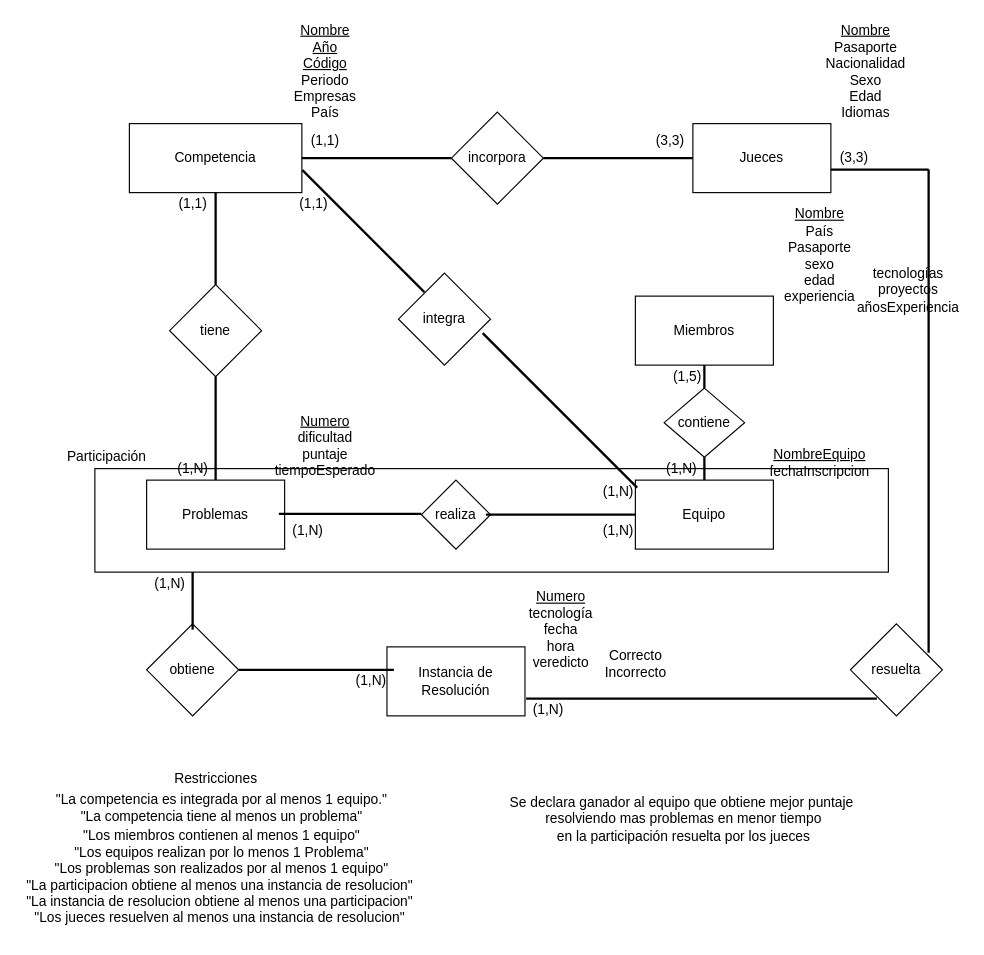
Earlier version of the draw.io diagram Untitled Diagram.drawio (SantiagoGarreta/mirepo2). Source tidied: cells renumbered, new cells numbered last; positions are measured from the earlier drawing's top-left corner, leaving out a move shared by most shapes. Both pictures are drawn from the tidied source at 115%, with x=0, y=0 at pixel (20, 20).
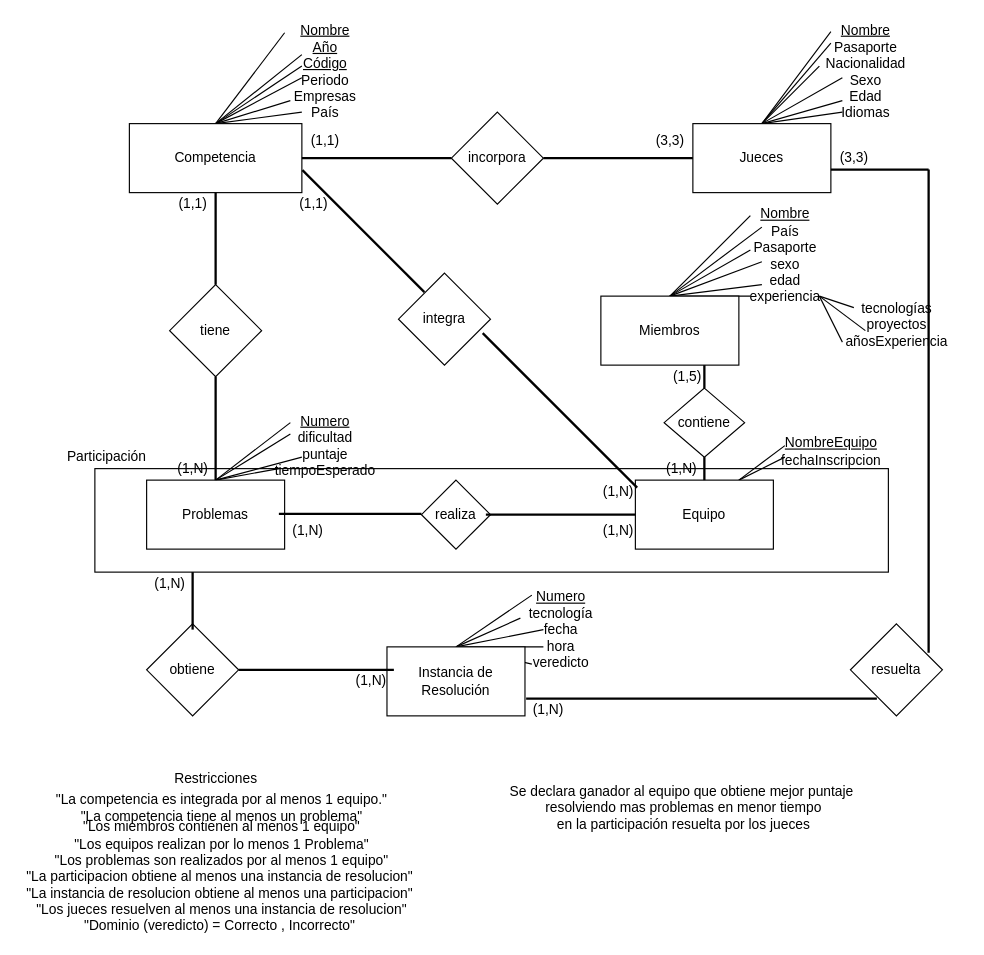
Above is the later version.

The change refers to these unchanged cells:
```xml
<mxCell id="3" value="Competencia" style="rounded=0;whiteSpace=wrap;html=1;" parent="1" vertex="1">
  <mxGeometry x="95" y="90" width="150" height="60" as="geometry" />
</mxCell>
<mxCell id="4" value="Jueces" style="rounded=0;whiteSpace=wrap;html=1;" parent="1" vertex="1">
  <mxGeometry x="585" y="90" width="120" height="60" as="geometry" />
</mxCell>
<mxCell id="10" value="&lt;u&gt;Nombre&lt;br&gt;Año&lt;br&gt;Código&lt;/u&gt;&lt;br&gt;Periodo&lt;br&gt;Empresas&lt;br&gt;País" style="text;html=1;align=center;verticalAlign=middle;points=[];strokeColor=none;fillColor=none;" parent="1" vertex="1">
  <mxGeometry x="230" width="70" height="90" as="geometry" />
</mxCell>
<mxCell id="11" value="&lt;u&gt;Nombre&lt;/u&gt;&lt;br&gt;Pasaporte&lt;br&gt;Nacionalidad&lt;br&gt;Sexo&lt;br&gt;Edad&lt;br&gt;Idiomas" style="text;html=1;align=center;verticalAlign=middle;points=[];strokeColor=none;fillColor=none;" parent="1" vertex="1">
  <mxGeometry x="695" width="80" height="90" as="geometry" />
</mxCell>
<mxCell id="12" value="Problemas" style="rounded=0;whiteSpace=wrap;html=1;" parent="1" vertex="1">
  <mxGeometry x="110" y="400" width="120" height="60" as="geometry" />
</mxCell>
<mxCell id="13" value="&lt;u&gt;Numero&lt;/u&gt;&lt;br&gt;dificultad&lt;br&gt;puntaje&lt;br&gt;tiempoEsperado" style="text;html=1;align=center;verticalAlign=middle;points=[];strokeColor=none;fillColor=none;" parent="1" vertex="1">
  <mxGeometry x="215" y="340" width="100" height="60" as="geometry" />
</mxCell>
<mxCell id="22" value="Equipo" style="rounded=0;whiteSpace=wrap;html=1;" parent="1" vertex="1">
  <mxGeometry x="535" y="400" width="120" height="60" as="geometry" />
</mxCell>
<mxCell id="40" value="Instancia de Resolución" style="rounded=0;whiteSpace=wrap;html=1;" parent="1" vertex="1">
  <mxGeometry x="319" y="545" width="120" height="60" as="geometry" />
</mxCell>
<mxCell id="41" value="&lt;u&gt;Numero&lt;/u&gt;&lt;br&gt;tecnología&lt;br&gt;fecha&lt;br&gt;hora&lt;br&gt;veredicto" style="text;html=1;align=center;verticalAlign=middle;points=[];strokeColor=none;fillColor=none;" parent="1" vertex="1">
  <mxGeometry x="435" y="490" width="70" height="80" as="geometry" />
</mxCell>
```

Change to the diagram source:
```diff
@@
+    <mxCell id="58" style="rounded=0;jettySize=auto;html=1;exitX=0.5;exitY=0;exitDx=0;exitDy=0;entryX=0;entryY=0.122;entryDx=0;entryDy=0;entryPerimeter=0;endArrow=none;endFill=0;" parent="1" edge="1" source="3" target="10">
+      <mxGeometry relative="1" as="geometry" />
+    </mxCell>
+    <mxCell id="59" style="edgeStyle=none;rounded=0;jettySize=auto;html=1;exitX=0.5;exitY=0;exitDx=0;exitDy=0;endArrow=none;endFill=0;" parent="1" edge="1" source="3">
+      <mxGeometry relative="1" as="geometry">
+        <mxPoint x="245" y="30" as="targetPoint" />
+      </mxGeometry>
+    </mxCell>
+    <mxCell id="60" style="edgeStyle=none;rounded=0;jettySize=auto;html=1;exitX=0.5;exitY=0;exitDx=0;exitDy=0;entryX=0.214;entryY=0.444;entryDx=0;entryDy=0;entryPerimeter=0;endArrow=none;endFill=0;" parent="1" edge="1" source="3" target="10">
+      <mxGeometry relative="1" as="geometry" />
+    </mxCell>
+    <mxCell id="61" style="edgeStyle=none;rounded=0;jettySize=auto;html=1;exitX=0.5;exitY=0;exitDx=0;exitDy=0;entryX=0.214;entryY=0.556;entryDx=0;entryDy=0;entryPerimeter=0;endArrow=none;endFill=0;" parent="1" edge="1" source="3" target="10">
+      <mxGeometry relative="1" as="geometry" />
+    </mxCell>
+    <mxCell id="62" style="edgeStyle=none;rounded=0;jettySize=auto;html=1;exitX=0.5;exitY=0;exitDx=0;exitDy=0;entryX=0.071;entryY=0.778;entryDx=0;entryDy=0;entryPerimeter=0;endArrow=none;endFill=0;" parent="1" edge="1" source="3" target="10">
+      <mxGeometry relative="1" as="geometry" />
+    </mxCell>
+    <mxCell id="63" style="edgeStyle=none;rounded=0;jettySize=auto;html=1;exitX=0.5;exitY=0;exitDx=0;exitDy=0;entryX=0.214;entryY=0.889;entryDx=0;entryDy=0;entryPerimeter=0;endArrow=none;endFill=0;" parent="1" edge="1" source="3" target="10">
+      <mxGeometry relative="1" as="geometry" />
+    </mxCell>
@@
+    <mxCell id="64" style="edgeStyle=none;rounded=0;jettySize=auto;html=1;exitX=0.5;exitY=0;exitDx=0;exitDy=0;entryX=0.125;entryY=0.111;entryDx=0;entryDy=0;entryPerimeter=0;endArrow=none;endFill=0;" parent="1" edge="1" source="4" target="11">
+      <mxGeometry relative="1" as="geometry" />
+    </mxCell>
+    <mxCell id="65" style="edgeStyle=none;rounded=0;jettySize=auto;html=1;exitX=0.5;exitY=0;exitDx=0;exitDy=0;entryX=0.125;entryY=0.222;entryDx=0;entryDy=0;entryPerimeter=0;endArrow=none;endFill=0;" parent="1" edge="1" source="4" target="11">
+      <mxGeometry relative="1" as="geometry" />
+    </mxCell>
+    <mxCell id="66" style="edgeStyle=none;rounded=0;jettySize=auto;html=1;exitX=0.5;exitY=0;exitDx=0;exitDy=0;entryX=0;entryY=0.444;entryDx=0;entryDy=0;entryPerimeter=0;endArrow=none;endFill=0;" parent="1" edge="1" source="4" target="11">
+      <mxGeometry relative="1" as="geometry" />
+    </mxCell>
+    <mxCell id="67" style="edgeStyle=none;rounded=0;jettySize=auto;html=1;exitX=0.5;exitY=0;exitDx=0;exitDy=0;entryX=0.25;entryY=0.556;entryDx=0;entryDy=0;entryPerimeter=0;endArrow=none;endFill=0;" parent="1" edge="1" source="4" target="11">
+      <mxGeometry relative="1" as="geometry" />
+    </mxCell>
+    <mxCell id="68" style="edgeStyle=none;rounded=0;jettySize=auto;html=1;exitX=0.5;exitY=0;exitDx=0;exitDy=0;entryX=0.25;entryY=0.778;entryDx=0;entryDy=0;entryPerimeter=0;endArrow=none;endFill=0;" parent="1" edge="1" source="4" target="11">
+      <mxGeometry relative="1" as="geometry" />
+    </mxCell>
+    <mxCell id="69" style="edgeStyle=none;rounded=0;jettySize=auto;html=1;exitX=0.5;exitY=0;exitDx=0;exitDy=0;entryX=0.25;entryY=0.889;entryDx=0;entryDy=0;entryPerimeter=0;endArrow=none;endFill=0;" parent="1" edge="1" source="4" target="11">
+      <mxGeometry relative="1" as="geometry" />
+    </mxCell>
@@
+    <mxCell id="70" style="edgeStyle=none;rounded=0;jettySize=auto;html=1;exitX=0.5;exitY=0;exitDx=0;exitDy=0;entryX=0.2;entryY=0.167;entryDx=0;entryDy=0;entryPerimeter=0;endArrow=none;endFill=0;" parent="1" edge="1" source="12" target="13">
+      <mxGeometry relative="1" as="geometry" />
+    </mxCell>
+    <mxCell id="71" style="edgeStyle=none;rounded=0;jettySize=auto;html=1;exitX=0.5;exitY=0;exitDx=0;exitDy=0;entryX=0.2;entryY=0.333;entryDx=0;entryDy=0;entryPerimeter=0;endArrow=none;endFill=0;" parent="1" edge="1" source="12" target="13">
+      <mxGeometry relative="1" as="geometry" />
+    </mxCell>
+    <mxCell id="72" style="edgeStyle=none;rounded=0;jettySize=auto;html=1;exitX=0.5;exitY=0;exitDx=0;exitDy=0;entryX=0.3;entryY=0.667;entryDx=0;entryDy=0;entryPerimeter=0;endArrow=none;endFill=0;" parent="1" edge="1" source="12" target="13">
+      <mxGeometry relative="1" as="geometry" />
+    </mxCell>
+    <mxCell id="73" style="edgeStyle=none;rounded=0;jettySize=auto;html=1;exitX=0.5;exitY=0;exitDx=0;exitDy=0;entryX=0.1;entryY=0.833;entryDx=0;entryDy=0;entryPerimeter=0;endArrow=none;endFill=0;" parent="1" edge="1" source="12" target="13">
+      <mxGeometry relative="1" as="geometry" />
+    </mxCell>
@@
+    <mxCell id="74" style="edgeStyle=none;rounded=0;jettySize=auto;html=1;exitX=0.5;exitY=0;exitDx=0;exitDy=0;entryX=0.125;entryY=0.111;entryDx=0;entryDy=0;entryPerimeter=0;endArrow=none;endFill=0;" parent="1" edge="1" source="19" target="20">
+      <mxGeometry relative="1" as="geometry" />
+    </mxCell>
+    <mxCell id="75" style="edgeStyle=none;rounded=0;jettySize=auto;html=1;exitX=0.5;exitY=0;exitDx=0;exitDy=0;entryX=0.25;entryY=0.222;entryDx=0;entryDy=0;entryPerimeter=0;endArrow=none;endFill=0;" parent="1" edge="1" source="19" target="20">
+      <mxGeometry relative="1" as="geometry" />
+    </mxCell>
+    <mxCell id="76" style="edgeStyle=none;rounded=0;jettySize=auto;html=1;exitX=0.5;exitY=0;exitDx=0;exitDy=0;entryX=0.125;entryY=0.444;entryDx=0;entryDy=0;entryPerimeter=0;endArrow=none;endFill=0;" parent="1" edge="1" source="19" target="20">
+      <mxGeometry relative="1" as="geometry" />
+    </mxCell>
+    <mxCell id="77" style="edgeStyle=none;rounded=0;jettySize=auto;html=1;exitX=0.5;exitY=0;exitDx=0;exitDy=0;entryX=0.25;entryY=0.556;entryDx=0;entryDy=0;entryPerimeter=0;endArrow=none;endFill=0;" parent="1" edge="1" source="19" target="20">
+      <mxGeometry relative="1" as="geometry" />
+    </mxCell>
+    <mxCell id="78" style="edgeStyle=none;rounded=0;jettySize=auto;html=1;exitX=0.5;exitY=0;exitDx=0;exitDy=0;entryX=0.25;entryY=0.778;entryDx=0;entryDy=0;entryPerimeter=0;endArrow=none;endFill=0;" parent="1" edge="1" source="19" target="20">
+      <mxGeometry relative="1" as="geometry" />
+    </mxCell>
+    <mxCell id="79" style="edgeStyle=none;rounded=0;jettySize=auto;html=1;exitX=0.5;exitY=0;exitDx=0;exitDy=0;entryX=0.125;entryY=0.889;entryDx=0;entryDy=0;entryPerimeter=0;endArrow=none;endFill=0;" parent="1" edge="1" source="19" target="20">
+      <mxGeometry relative="1" as="geometry" />
+    </mxCell>
     <mxCell id="19" value="Miembros" style="rounded=0;whiteSpace=wrap;html=1;" parent="1" vertex="1">
-      <mxGeometry x="535" y="240" width="120" height="60" as="geometry" />
+      <mxGeometry x="505" y="240" width="120" height="60" as="geometry" />
     </mxCell>
     <mxCell id="20" value="&lt;u&gt;Nombre&lt;br&gt;&lt;/u&gt;País&lt;br&gt;Pasaporte&lt;br&gt;sexo&lt;br&gt;edad&lt;br&gt;experiencia" style="text;html=1;align=center;verticalAlign=middle;points=[];strokeColor=none;fillColor=none;" parent="1" vertex="1">
-      <mxGeometry x="655" y="160" width="80" height="90" as="geometry" />
+      <mxGeometry x="625" y="160" width="80" height="90" as="geometry" />
     </mxCell>
     <mxCell id="21" value="tecnologías&lt;br&gt;proyectos&lt;br&gt;añosExperiencia" style="text;html=1;align=center;verticalAlign=middle;points=[];strokeColor=none;fillColor=none;" parent="1" vertex="1">
-      <mxGeometry x="722" y="210" width="100" height="50" as="geometry" />
+      <mxGeometry x="712" y="240" width="100" height="50" as="geometry" />
     </mxCell>
+    <mxCell id="80" style="edgeStyle=none;rounded=0;jettySize=auto;html=1;exitX=0.75;exitY=0;exitDx=0;exitDy=0;entryX=0.1;entryY=0.333;entryDx=0;entryDy=0;entryPerimeter=0;endArrow=none;endFill=0;" parent="1" edge="1" source="22" target="23">
+      <mxGeometry relative="1" as="geometry" />
+    </mxCell>
+    <mxCell id="81" style="edgeStyle=none;rounded=0;jettySize=auto;html=1;exitX=0.75;exitY=0;exitDx=0;exitDy=0;entryX=0.1;entryY=0.667;entryDx=0;entryDy=0;entryPerimeter=0;endArrow=none;endFill=0;" parent="1" edge="1" source="22" target="23">
+      <mxGeometry relative="1" as="geometry" />
+    </mxCell>
@@
     <mxCell id="23" value="&lt;u&gt;NombreEquipo&lt;/u&gt;&lt;br&gt;fechaInscripcion" style="text;html=1;align=center;verticalAlign=middle;points=[];strokeColor=none;fillColor=none;" parent="1" vertex="1">
-      <mxGeometry x="645" y="370" width="100" height="30" as="geometry" />
+      <mxGeometry x="655" y="360" width="100" height="30" as="geometry" />
     </mxCell>
@@
+    <mxCell id="82" style="edgeStyle=none;rounded=0;jettySize=auto;html=1;exitX=0.5;exitY=0;exitDx=0;exitDy=0;entryX=0.143;entryY=0.125;entryDx=0;entryDy=0;entryPerimeter=0;endArrow=none;endFill=0;" parent="1" edge="1" source="40" target="41">
+      <mxGeometry relative="1" as="geometry" />
+    </mxCell>
+    <mxCell id="83" style="edgeStyle=none;rounded=0;jettySize=auto;html=1;exitX=0.5;exitY=0;exitDx=0;exitDy=0;entryX=0;entryY=0.375;entryDx=0;entryDy=0;entryPerimeter=0;endArrow=none;endFill=0;" parent="1" edge="1" source="40" target="41">
+      <mxGeometry relative="1" as="geometry" />
+    </mxCell>
+    <mxCell id="84" style="edgeStyle=none;rounded=0;jettySize=auto;html=1;exitX=0.5;exitY=0;exitDx=0;exitDy=0;entryX=0.286;entryY=0.5;entryDx=0;entryDy=0;entryPerimeter=0;endArrow=none;endFill=0;" parent="1" edge="1" source="40" target="41">
+      <mxGeometry relative="1" as="geometry" />
+    </mxCell>
+    <mxCell id="85" style="edgeStyle=none;rounded=0;jettySize=auto;html=1;exitX=0.5;exitY=0;exitDx=0;exitDy=0;entryX=0.286;entryY=0.688;entryDx=0;entryDy=0;entryPerimeter=0;endArrow=none;endFill=0;" parent="1" edge="1" source="40" target="41">
+      <mxGeometry relative="1" as="geometry" />
+    </mxCell>
+    <mxCell id="86" style="edgeStyle=none;rounded=0;jettySize=auto;html=1;exitX=0.5;exitY=0;exitDx=0;exitDy=0;entryX=0.143;entryY=0.875;entryDx=0;entryDy=0;entryPerimeter=0;endArrow=none;endFill=0;" parent="1" edge="1" source="40" target="41">
+      <mxGeometry relative="1" as="geometry" />
+    </mxCell>
@@
-    <mxCell id="42" value="Correcto&lt;br&gt;Incorrecto" style="text;html=1;align=center;verticalAlign=middle;strokeColor=none;fillColor=none;" parent="1" vertex="1">
-      <mxGeometry x="500" y="545" width="70" height="30" as="geometry" />
-    </mxCell>
@@
-    <mxCell id="55" value="&quot;Los miembros contienen al menos 1 equipo&quot;&lt;br&gt;&quot;Los equipos realizan por lo menos 1 Problema&quot;&lt;br&gt;&quot;Los problemas son realizados por al menos 1 equipo&quot;&lt;br&gt;&quot;La participacion obtiene al menos una instancia de resolucion&quot;&amp;nbsp;&lt;br&gt;&quot;La instancia de resolucion obtiene al menos una participacion&quot;&amp;nbsp;&lt;br&gt;&quot;Los jueces resuelven al menos una instancia de resolucion&quot;&amp;nbsp;" style="text;html=1;align=center;verticalAlign=middle;strokeColor=none;fillColor=none;" parent="1" vertex="1">
-      <mxGeometry y="700" width="350" height="90" as="geometry" />
+    <mxCell id="55" value="&quot;Los miembros contienen al menos 1 equipo&quot;&lt;br&gt;&quot;Los equipos realizan por lo menos 1 Problema&quot;&lt;br&gt;&quot;Los problemas son realizados por al menos 1 equipo&quot;&lt;br&gt;&quot;La participacion obtiene al menos una instancia de resolucion&quot;&amp;nbsp;&lt;br&gt;&quot;La instancia de resolucion obtiene al menos una participacion&quot;&amp;nbsp;&lt;br&gt;&quot;Los jueces resuelven al menos una instancia de resolucion&quot;&lt;br&gt;&quot;Dominio (veredicto) = Correcto , Incorrecto&quot;&amp;nbsp;" style="text;html=1;align=center;verticalAlign=middle;strokeColor=none;fillColor=none;" parent="1" vertex="1">
+      <mxGeometry y="695" width="350" height="100" as="geometry" />
     </mxCell>
     <mxCell id="56" value="Se declara ganador al equipo que obtiene mejor puntaje&lt;br&gt;&amp;nbsp;resolviendo mas problemas en menor tiempo&lt;br&gt;&amp;nbsp;en la participación resuelta por los jueces" style="text;html=1;align=center;verticalAlign=middle;strokeColor=none;fillColor=none;" parent="1" vertex="1">
-      <mxGeometry x="420" y="670" width="310" height="50" as="geometry" />
+      <mxGeometry x="420" y="660" width="310" height="50" as="geometry" />
     </mxCell>
@@
+    <mxCell id="87" style="edgeStyle=none;rounded=0;orthogonalLoop=1;jettySize=auto;html=1;endArrow=none;endFill=0;" parent="1" edge="1">
+      <mxGeometry relative="1" as="geometry">
+        <mxPoint x="695" y="240" as="sourcePoint" />
+        <mxPoint x="715" y="280" as="targetPoint" />
+      </mxGeometry>
+    </mxCell>
+    <mxCell id="88" style="edgeStyle=none;rounded=0;jettySize=auto;html=1;endArrow=none;endFill=0;entryX=0.13;entryY=0.2;entryDx=0;entryDy=0;entryPerimeter=0;" parent="1" edge="1" target="21">
+      <mxGeometry relative="1" as="geometry">
+        <mxPoint x="695" y="240" as="sourcePoint" />
+      </mxGeometry>
+    </mxCell>
+    <mxCell id="89" style="edgeStyle=none;rounded=0;orthogonalLoop=1;jettySize=auto;html=1;endArrow=none;endFill=0;" parent="1" edge="1">
+      <mxGeometry relative="1" as="geometry">
+        <mxPoint x="695" y="240" as="sourcePoint" />
+        <mxPoint x="735" y="270" as="targetPoint" />
+      </mxGeometry>
+    </mxCell>
```
